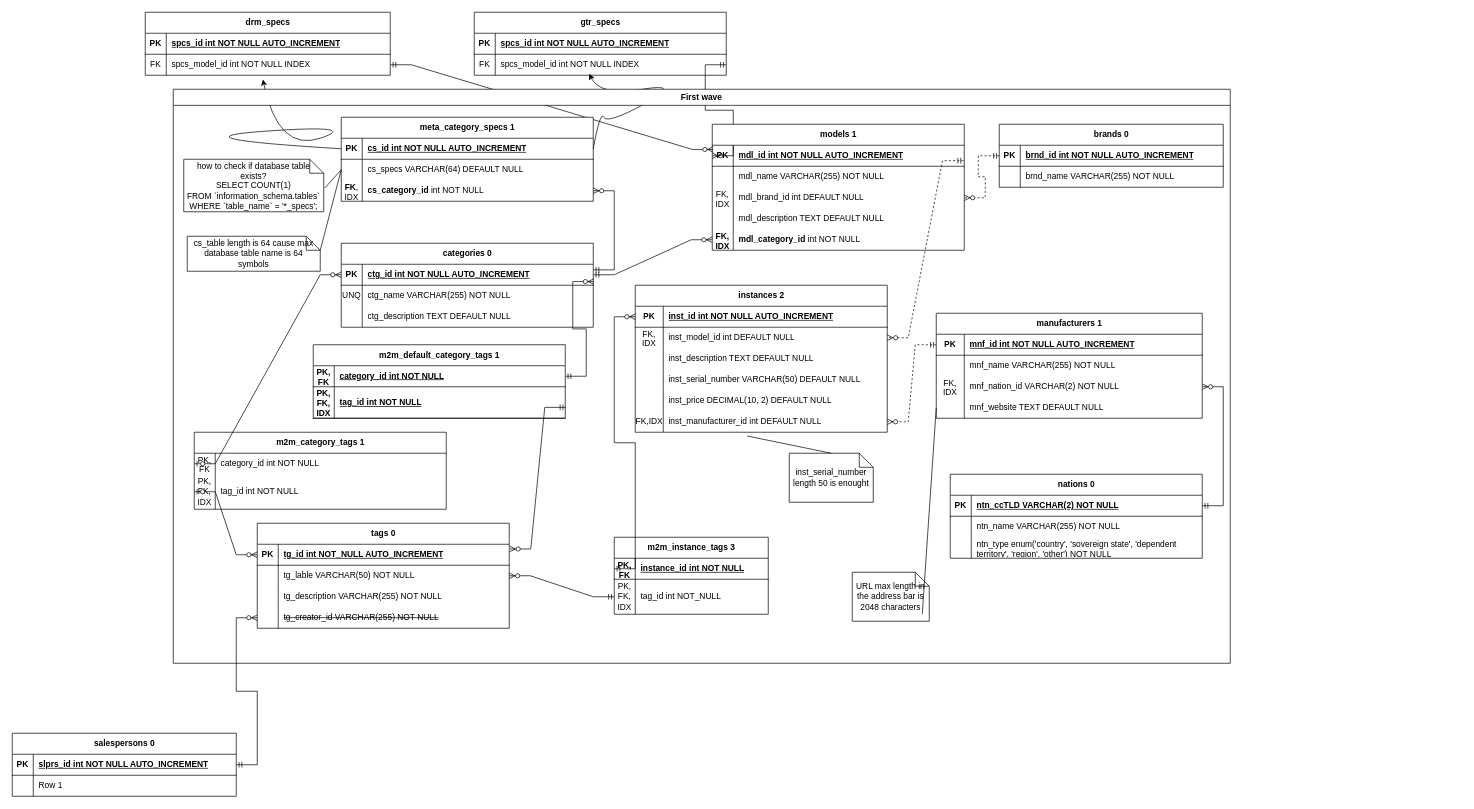
Above: assets/schema/Untitled Diagram.drawio in IlyaSubtilnyj/MusicalInstrumentsOnlineService (draw.io), before the change. Source tidied: cells renumbered, new cells numbered last; positions are measured from the earlier drawing's top-left corner, leaving out a move shared by most shapes. Both pictures are drawn from the tidied source at 70%, with x=0, y=0 at pixel (12, 12).
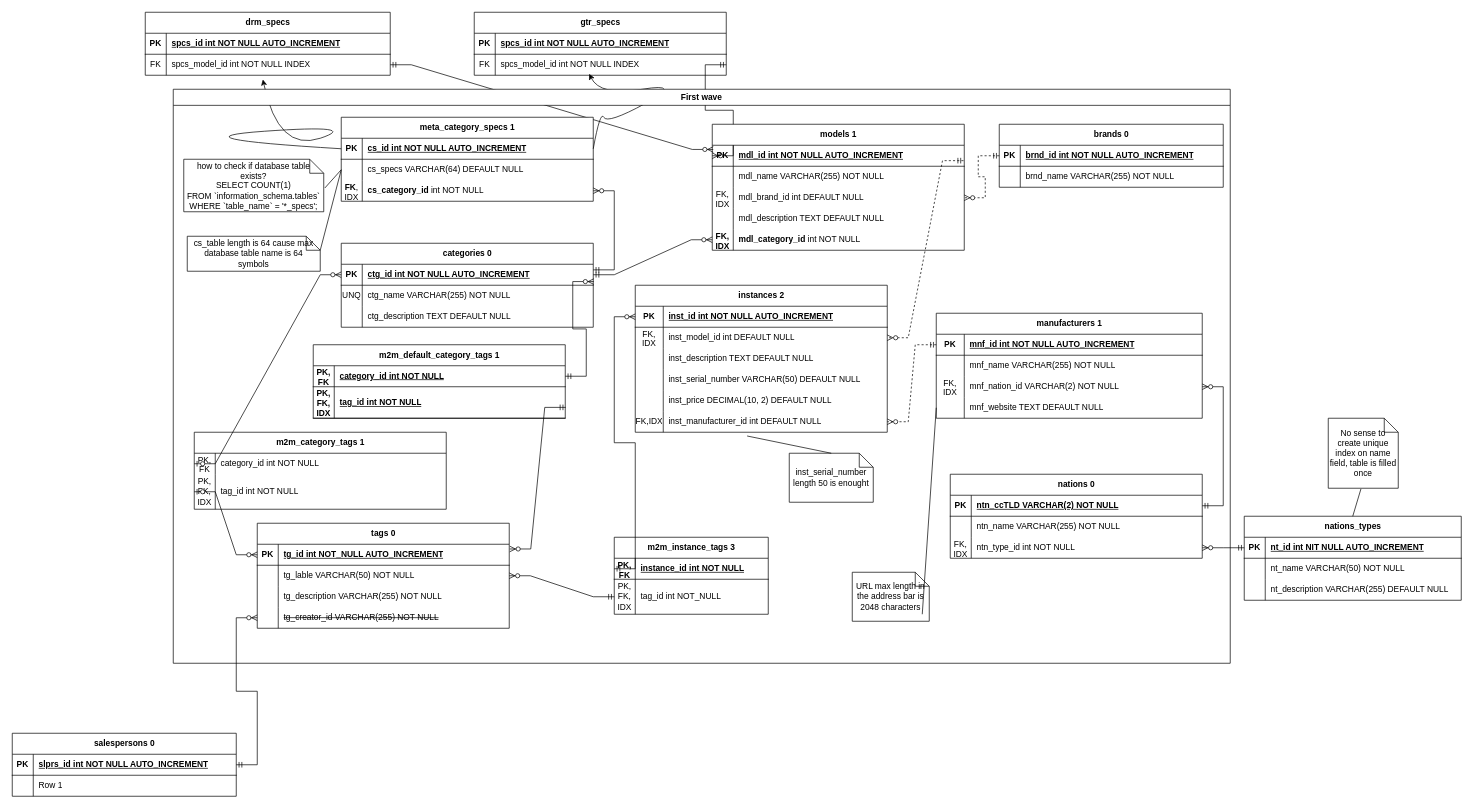
The same page after the edit.

The change refers to these unchanged cells:
```xml
<mxCell id="69" style="shape=tableRow;horizontal=0;startSize=0;swimlaneHead=0;swimlaneBody=0;fillColor=none;points=[[0,0.5],[1,0.5]];portConstraint=eastwest;top=0;left=0;right=0;bottom=0;" parent="62" vertex="1">
  <mxGeometry y="90" width="360" height="30" as="geometry" />
</mxCell>
```

The edit, as a diff of the source:
```diff
@@
-    <mxCell id="70" style="shape=partialRectangle;fillColor=none;top=0;left=0;bottom=0;right=0;overflow=hidden;whiteSpace=wrap;html=1;" parent="69" vertex="1">
+    <mxCell id="70" value="FK, IDX" style="shape=partialRectangle;fillColor=none;top=0;left=0;bottom=0;right=0;overflow=hidden;whiteSpace=wrap;html=1;" parent="69" vertex="1">
       <mxGeometry width="30" height="30" as="geometry" />
     </mxCell>
-    <mxCell id="71" value="ntn_type enum('country', 'sovereign state', 'dependent territory', 'region', 'other') NOT NULL" style="shape=partialRectangle;fillColor=none;top=0;left=0;bottom=0;right=0;align=left;spacingLeft=6;overflow=hidden;whiteSpace=wrap;html=1;" parent="69" vertex="1">
+    <mxCell id="71" value="ntn_type_id int NOT NULL" style="shape=partialRectangle;fillColor=none;top=0;left=0;bottom=0;right=0;align=left;spacingLeft=6;overflow=hidden;whiteSpace=wrap;html=1;" parent="69" vertex="1">
       <mxGeometry x="30" width="330" height="30" as="geometry" />
     </mxCell>
@@
+    <mxCell id="168" value="nations_types" style="shape=table;startSize=30;childLayout=tableLayout;rowLines=0;fontStyle=1;align=center;html=1;" parent="1" vertex="1">
+      <mxGeometry x="1760" y="720" width="310" height="120" as="geometry" />
+    </mxCell>
+    <mxCell id="169" style="shape=tableRow;horizontal=0;startSize=0;swimlaneHead=0;swimlaneBody=0;fillColor=none;points=[[0,0.5],[1,0.5]];portConstraint=eastwest;top=0;left=0;right=0;bottom=1;" parent="168" vertex="1">
+      <mxGeometry y="30" width="310" height="30" as="geometry" />
+    </mxCell>
+    <mxCell id="170" value="PK" style="shape=partialRectangle;fillColor=none;top=0;left=0;bottom=0;right=0;fontStyle=1;overflow=hidden;whiteSpace=wrap;html=1;" parent="169" vertex="1">
+      <mxGeometry width="30" height="30" as="geometry" />
+    </mxCell>
+    <mxCell id="171" value="nt_id int NIT NULL AUTO_INCREMENT" style="shape=partialRectangle;fillColor=none;top=0;left=0;bottom=0;right=0;align=left;spacingLeft=6;fontStyle=5;overflow=hidden;whiteSpace=wrap;html=1;" parent="169" vertex="1">
+      <mxGeometry x="30" width="280" height="30" as="geometry" />
+    </mxCell>
+    <mxCell id="172" style="shape=tableRow;horizontal=0;startSize=0;swimlaneHead=0;swimlaneBody=0;fillColor=none;top=0;left=0;right=0;bottom=0;" parent="168" vertex="1">
+      <mxGeometry y="60" width="310" height="30" as="geometry" />
+    </mxCell>
+    <mxCell id="173" style="shape=partialRectangle;fillColor=none;top=0;left=0;bottom=0;right=0;overflow=hidden;whiteSpace=wrap;html=1;" parent="172" vertex="1">
+      <mxGeometry width="30" height="30" as="geometry" />
+    </mxCell>
+    <mxCell id="174" value="nt_name VARCHAR(50) NOT NULL" style="shape=partialRectangle;fillColor=none;top=0;left=0;bottom=0;right=0;align=left;spacingLeft=6;overflow=hidden;whiteSpace=wrap;html=1;" parent="172" vertex="1">
+      <mxGeometry x="30" width="280" height="30" as="geometry" />
+    </mxCell>
+    <mxCell id="175" style="shape=tableRow;horizontal=0;startSize=0;swimlaneHead=0;swimlaneBody=0;fillColor=none;top=0;left=0;right=0;bottom=0;" parent="168" vertex="1">
+      <mxGeometry y="90" width="310" height="30" as="geometry" />
+    </mxCell>
+    <mxCell id="176" style="shape=partialRectangle;fillColor=none;top=0;left=0;bottom=0;right=0;overflow=hidden;whiteSpace=wrap;html=1;" parent="175" vertex="1">
+      <mxGeometry width="30" height="30" as="geometry" />
+    </mxCell>
+    <mxCell id="177" value="nt_description VARCHAR(255) DEFAULT NULL" style="shape=partialRectangle;fillColor=none;top=0;left=0;bottom=0;right=0;align=left;spacingLeft=6;overflow=hidden;whiteSpace=wrap;html=1;" parent="175" vertex="1">
+      <mxGeometry x="30" width="280" height="30" as="geometry" />
+    </mxCell>
+    <mxCell id="178" style="edgeStyle=entityRelationEdgeStyle;fontSize=12;html=1;endArrow=ERzeroToMany;startArrow=ERmandOne;rounded=0;exitX=0;exitY=0.5;exitDx=0;exitDy=0;" parent="1" edge="1" source="169" target="69">
+      <mxGeometry relative="1" as="geometry" />
+    </mxCell>
+    <mxCell id="179" value="No sense to create unique index on name field, table is filled once" style="shape=note;size=20;whiteSpace=wrap;html=1;" parent="1" vertex="1">
+      <mxGeometry x="1880" y="580" width="100" height="100" as="geometry" />
+    </mxCell>
+    <mxCell id="180" style="endArrow=none;html=1;rounded=0;entryX=0.467;entryY=1.009;entryDx=0;entryDy=0;entryPerimeter=0;exitX=0.5;exitY=0;exitDx=0;exitDy=0;" parent="1" edge="1" source="168" target="179">
+      <mxGeometry relative="1" as="geometry" />
+    </mxCell>
```
